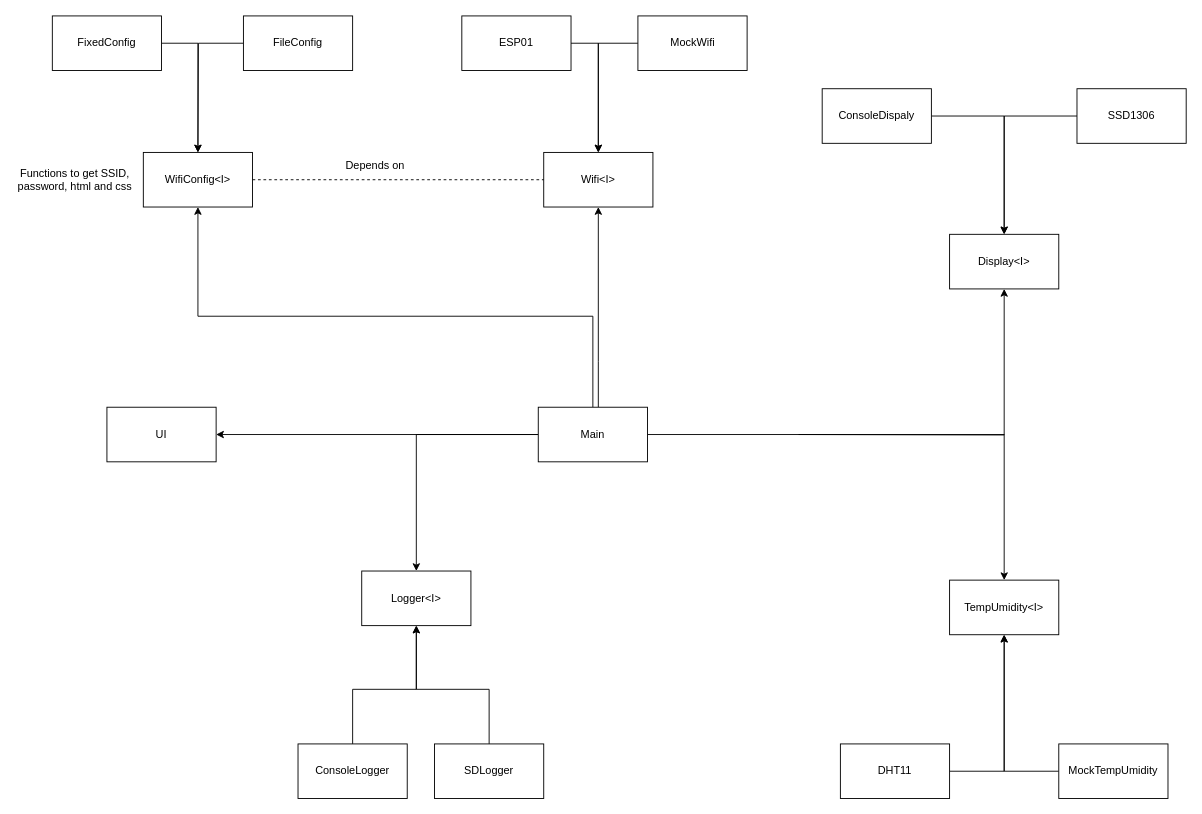
This is images/modules_diagram.drawio from jhiy2004/pico-environment-monitor, a draw.io file, before an edit. Source tidied: cells renumbered, new cells numbered last; positions are measured from the earlier drawing's top-left corner, leaving out a move shared by most shapes. Both pictures are drawn from the tidied source at 91%, with x=0, y=0 at pixel (15, 15).
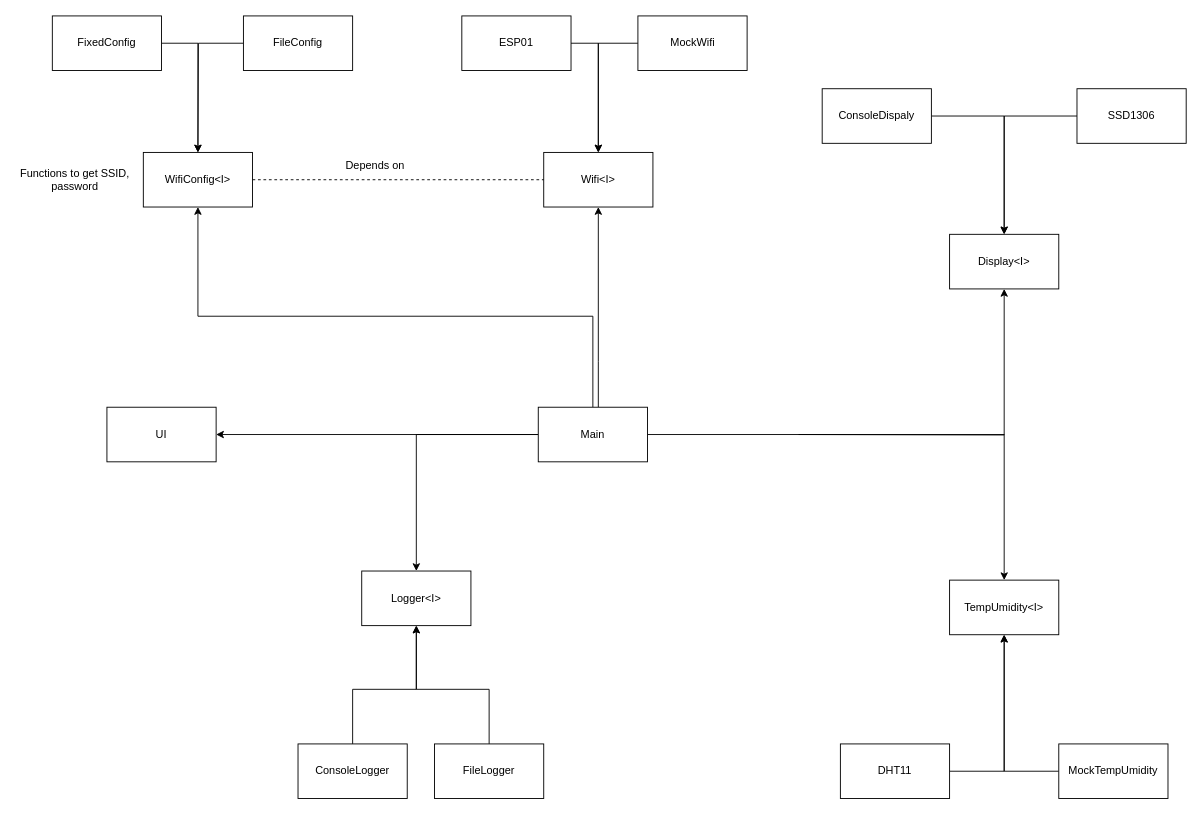
Above is the later version.

Change to the diagram source:
```diff
@@
-    <mxCell id="24" value="SDLogger" style="rounded=0;whiteSpace=wrap;html=1;" parent="1" vertex="1">
+    <mxCell id="24" value="FileLogger" style="rounded=0;whiteSpace=wrap;html=1;" parent="1" vertex="1">
       <mxGeometry x="460" y="800" width="120" height="60" as="geometry" />
     </mxCell>
@@
-    <mxCell id="36" value="Functions to get SSID, password, html and css" style="text;html=1;whiteSpace=wrap;strokeColor=none;fillColor=none;align=center;verticalAlign=middle;rounded=0;" parent="1" vertex="1">
+    <mxCell id="36" value="Functions to get SSID, password" style="text;html=1;whiteSpace=wrap;strokeColor=none;fillColor=none;align=center;verticalAlign=middle;rounded=0;" parent="1" vertex="1">
       <mxGeometry y="155" width="130" height="50" as="geometry" />
     </mxCell>
```
